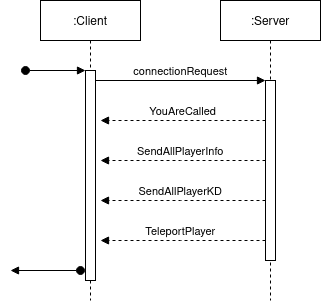
The draw.io diagram imgs/clientCreateConnection.png in ZHAW-IT19a-Raycasters/RayFighters-Docs, before a commit. Source tidied: cells renumbered, new cells last; positions are measured from the earlier drawing's top-left corner, leaving out a move shared by most shapes. Its diagram source:
```xml
<mxGraphModel>
  <root>
    <mxCell id="0" />
    <mxCell id="1" parent="0" />
    <mxCell id="2" value=":Client" style="shape=umlLifeline;perimeter=lifelinePerimeter;rounded=0;shadow=0;strokeWidth=1;" parent="1" vertex="1">
      <mxGeometry x="30" width="100" height="300" as="geometry" />
    </mxCell>
    <mxCell id="3" style="points=[];perimeter=orthogonalPerimeter;rounded=0;shadow=0;strokeWidth=1;" parent="2" vertex="1">
      <mxGeometry x="45" y="70" width="10" height="210" as="geometry" />
    </mxCell>
    <mxCell id="4" style="verticalAlign=bottom;startArrow=oval;endArrow=block;startSize=8;shadow=0;strokeWidth=1;" parent="2" edge="1" target="3">
      <mxGeometry x="-0.17" y="10" relative="1" as="geometry">
        <mxPoint x="-15" y="70" as="sourcePoint" />
      </mxGeometry>
    </mxCell>
    <mxCell id="5" value=":Server" style="shape=umlLifeline;perimeter=lifelinePerimeter;rounded=0;shadow=0;strokeWidth=1;" parent="1" vertex="1">
      <mxGeometry x="210" width="100" height="300" as="geometry" />
    </mxCell>
    <mxCell id="6" style="points=[];perimeter=orthogonalPerimeter;rounded=0;shadow=0;strokeWidth=1;" parent="5" vertex="1">
      <mxGeometry x="45" y="80" width="10" height="180" as="geometry" />
    </mxCell>
    <mxCell id="7" value="connectionRequest" style="verticalAlign=bottom;endArrow=block;entryX=0;entryY=0;shadow=0;strokeWidth=1;" parent="1" edge="1" source="3" target="6">
      <mxGeometry relative="1" as="geometry" />
    </mxCell>
    <mxCell id="8" value="YouAreCalled" style="verticalAlign=bottom;endArrow=block;entryX=1;entryY=0;shadow=0;strokeWidth=1;dashed=1;" parent="1" edge="1" source="6">
      <mxGeometry relative="1" as="geometry">
        <mxPoint x="90" y="120" as="targetPoint" />
      </mxGeometry>
    </mxCell>
    <mxCell id="9" value="SendAllPlayerInfo" style="verticalAlign=bottom;endArrow=block;entryX=1;entryY=0;shadow=0;strokeWidth=1;dashed=1;" parent="1" edge="1">
      <mxGeometry x="0.03" relative="1" as="geometry">
        <mxPoint x="255" y="160" as="sourcePoint" />
        <mxPoint x="90" y="160" as="targetPoint" />
        <Array as="points">
          <mxPoint x="160" y="160" />
        </Array>
      </mxGeometry>
    </mxCell>
    <mxCell id="10" value="SendAllPlayerKD" style="verticalAlign=bottom;endArrow=block;entryX=1;entryY=0;shadow=0;strokeWidth=1;dashed=1;" parent="1" edge="1">
      <mxGeometry x="0.03" relative="1" as="geometry">
        <mxPoint x="255" y="200" as="sourcePoint" />
        <mxPoint x="90" y="200" as="targetPoint" />
        <Array as="points">
          <mxPoint x="160" y="200" />
        </Array>
      </mxGeometry>
    </mxCell>
    <mxCell id="11" value="TeleportPlayer" style="verticalAlign=bottom;endArrow=block;entryX=1;entryY=0;shadow=0;strokeWidth=1;dashed=1;" parent="1" edge="1">
      <mxGeometry x="0.03" relative="1" as="geometry">
        <mxPoint x="255" y="240" as="sourcePoint" />
        <mxPoint x="90" y="240" as="targetPoint" />
        <Array as="points">
          <mxPoint x="160" y="240" />
        </Array>
      </mxGeometry>
    </mxCell>
    <mxCell id="12" style="verticalAlign=bottom;startArrow=oval;endArrow=block;startSize=8;shadow=0;strokeWidth=1;" parent="1" edge="1">
      <mxGeometry x="-0.17" y="10" relative="1" as="geometry">
        <mxPoint x="70" y="270" as="sourcePoint" />
        <mxPoint y="270" as="targetPoint" />
      </mxGeometry>
    </mxCell>
  </root>
</mxGraphModel>
```
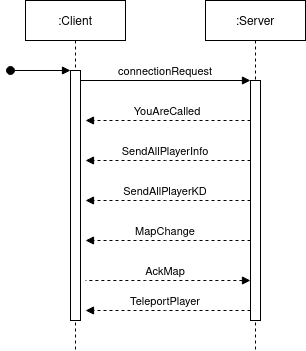
Above is the later version.

The edit, as a diff of the source:
```diff
@@ -3,10 +3,10 @@
     <mxCell id="0" />
     <mxCell id="1" parent="0" />
     <mxCell id="2" value=":Client" style="shape=umlLifeline;perimeter=lifelinePerimeter;rounded=0;shadow=0;strokeWidth=1;" parent="1" vertex="1">
-      <mxGeometry x="30" width="100" height="300" as="geometry" />
+      <mxGeometry x="30" width="100" height="350" as="geometry" />
     </mxCell>
     <mxCell id="3" style="points=[];perimeter=orthogonalPerimeter;rounded=0;shadow=0;strokeWidth=1;" parent="2" vertex="1">
-      <mxGeometry x="45" y="70" width="10" height="210" as="geometry" />
+      <mxGeometry x="45" y="70" width="10" height="250" as="geometry" />
     </mxCell>
     <mxCell id="4" style="verticalAlign=bottom;startArrow=oval;endArrow=block;startSize=8;shadow=0;strokeWidth=1;" parent="2" edge="1" target="3">
       <mxGeometry x="-0.17" y="10" relative="1" as="geometry">
@@ -14,10 +14,10 @@
       </mxGeometry>
     </mxCell>
     <mxCell id="5" value=":Server" style="shape=umlLifeline;perimeter=lifelinePerimeter;rounded=0;shadow=0;strokeWidth=1;" parent="1" vertex="1">
-      <mxGeometry x="210" width="100" height="300" as="geometry" />
+      <mxGeometry x="210" width="100" height="350" as="geometry" />
     </mxCell>
     <mxCell id="6" style="points=[];perimeter=orthogonalPerimeter;rounded=0;shadow=0;strokeWidth=1;" parent="5" vertex="1">
-      <mxGeometry x="45" y="80" width="10" height="180" as="geometry" />
+      <mxGeometry x="45" y="80" width="10" height="240" as="geometry" />
     </mxCell>
     <mxCell id="7" value="connectionRequest" style="verticalAlign=bottom;endArrow=block;entryX=0;entryY=0;shadow=0;strokeWidth=1;" parent="1" edge="1" source="3" target="6">
       <mxGeometry relative="1" as="geometry" />
@@ -47,18 +47,30 @@
     </mxCell>
     <mxCell id="11" value="TeleportPlayer" style="verticalAlign=bottom;endArrow=block;entryX=1;entryY=0;shadow=0;strokeWidth=1;dashed=1;" parent="1" edge="1">
       <mxGeometry x="0.03" relative="1" as="geometry">
-        <mxPoint x="255" y="240" as="sourcePoint" />
-        <mxPoint x="90" y="240" as="targetPoint" />
+        <mxPoint x="255" y="310" as="sourcePoint" />
+        <mxPoint x="90" y="310" as="targetPoint" />
         <Array as="points">
-          <mxPoint x="160" y="240" />
+          <mxPoint x="160" y="310" />
         </Array>
       </mxGeometry>
     </mxCell>
-    <mxCell id="12" style="verticalAlign=bottom;startArrow=oval;endArrow=block;startSize=8;shadow=0;strokeWidth=1;" parent="1" edge="1">
-      <mxGeometry x="-0.17" y="10" relative="1" as="geometry">
-        <mxPoint x="70" y="270" as="sourcePoint" />
-        <mxPoint y="270" as="targetPoint" />
-      </mxGeometry>
-    </mxCell>
+    <mxCell id="13" value="AckMap" style="verticalAlign=bottom;endArrow=none;entryX=1;entryY=0;shadow=0;strokeWidth=1;dashed=1;startArrow=block;startFill=1;endFill=0;" parent="1" edge="1">
+      <mxGeometry x="0.03" relative="1" as="geometry">
+        <mxPoint x="255" y="280" as="sourcePoint" />
+        <mxPoint x="90" y="280" as="targetPoint" />
+        <Array as="points">
+          <mxPoint x="160" y="280" />
+        </Array>
+      </mxGeometry>
+    </mxCell>
+    <mxCell id="14" value="MapChange" style="verticalAlign=bottom;endArrow=block;entryX=1;entryY=0;shadow=0;strokeWidth=1;dashed=1;" parent="1" edge="1">
+      <mxGeometry x="0.03" relative="1" as="geometry">
+        <mxPoint x="255" y="240" as="sourcePoint" />
+        <mxPoint x="90" y="240" as="targetPoint" />
+        <Array as="points">
+          <mxPoint x="160" y="240" />
+        </Array>
+      </mxGeometry>
+    </mxCell>
   </root>
 </mxGraphModel>
```
